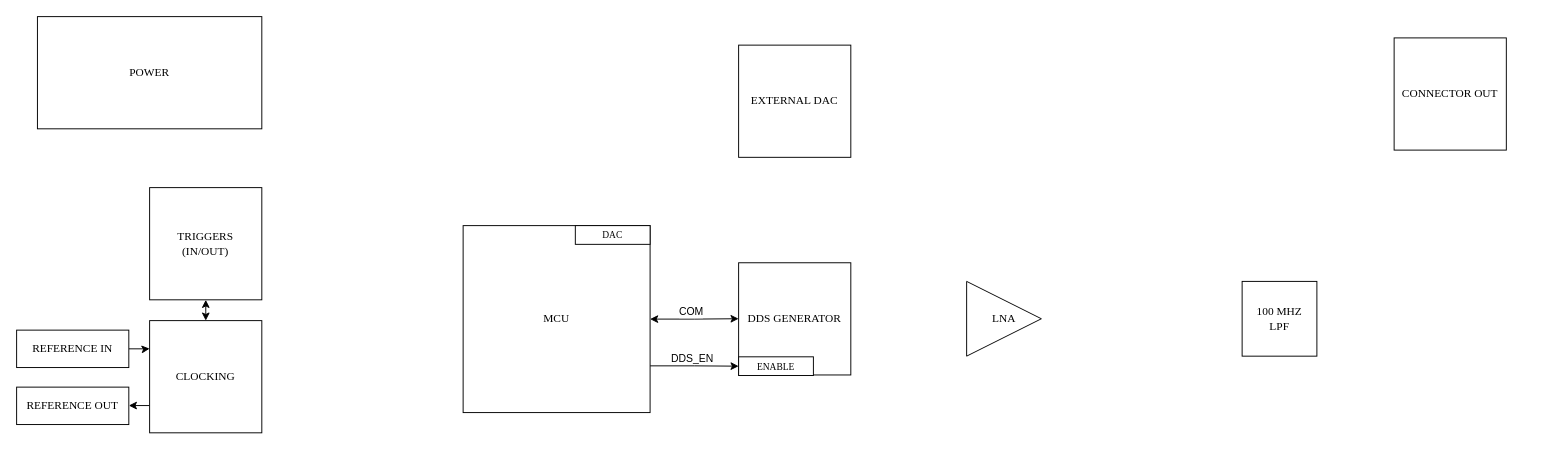
Earlier version of the draw.io diagram page "System" (1 of 5) of 1_hw/01_block_diagram/arb.drawio (brzyzek/arb). Source tidied: cells renumbered, new cells numbered last; positions are measured from the earlier drawing's top-left corner, leaving out a move shared by most shapes. Both pictures are drawn from the tidied source at 95%, with x=0, y=0 at pixel (16, 16).
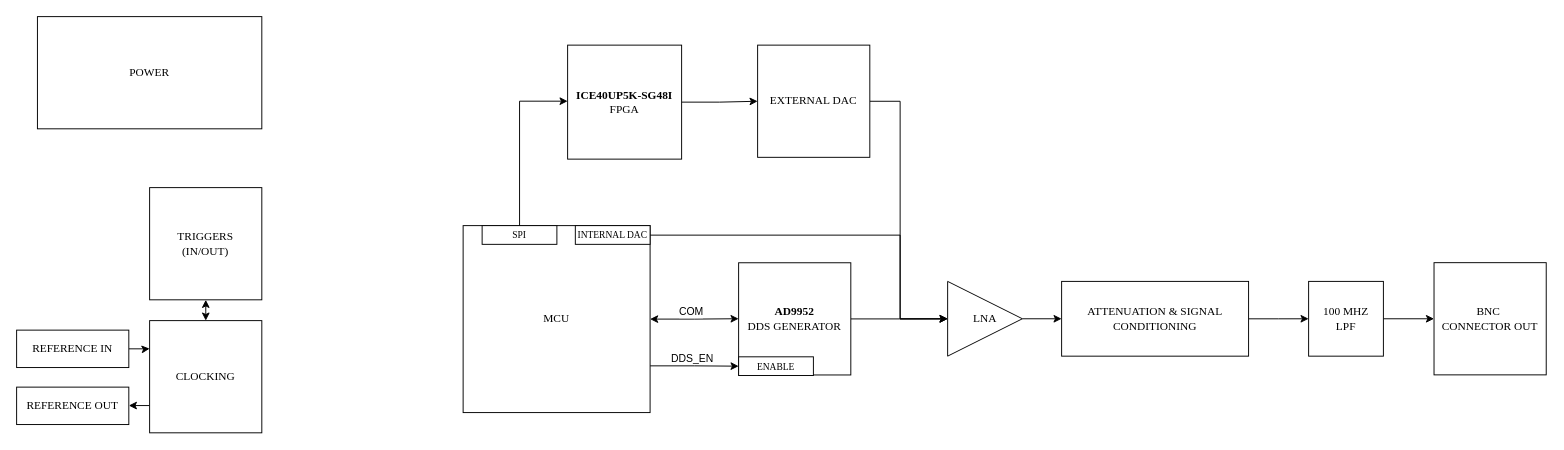
Above is the later version.

Commit message (it also covers changes not shown here):
FEAT: Modified Block Diagram /w new Layout (& FPGA), added BOM Template.

Unchanged cells that the change refers to:
```xml
<mxCell id="18" style="group;" parent="1" vertex="1">
  <mxGeometry x="470" y="220" width="196.8" height="196.9" as="geometry" />
</mxCell>
```

The edit, as a diff of the source:
```diff
@@
+    <mxCell id="24" style="edgeStyle=orthogonalEdgeStyle;rounded=0;jettySize=auto;html=1;entryX=0;entryY=0.5;entryDx=0;entryDy=0;" parent="1" edge="1" source="11" target="22">
+      <mxGeometry relative="1" as="geometry" />
+    </mxCell>
-    <mxCell id="11" value="DDS GENERATOR" style="rounded=0;whiteSpace=wrap;html=1;fontFamily=Times New Roman;glass=0;shadow=0;" parent="1" vertex="1">
+    <mxCell id="11" value="&lt;div&gt;&lt;b&gt;AD9952&lt;/b&gt;&lt;/div&gt;DDS GENERATOR" style="rounded=0;whiteSpace=wrap;html=1;fontFamily=Times New Roman;glass=0;shadow=0;" parent="1" vertex="1">
       <mxGeometry x="760" y="259.1" width="118.1" height="118.1" as="geometry" />
     </mxCell>
@@
-    <mxCell id="14" value="CONNECTOR OUT" style="rounded=0;whiteSpace=wrap;html=1;fontFamily=Times New Roman;glass=0;shadow=0;" parent="1" vertex="1">
-      <mxGeometry x="1450" y="22.4" width="118.1" height="118.1" as="geometry" />
+    <mxCell id="14" value="BNC&amp;nbsp;&lt;div&gt;CONNECTOR OUT&lt;/div&gt;" style="rounded=0;whiteSpace=wrap;html=1;fontFamily=Times New Roman;glass=0;shadow=0;" parent="1" vertex="1">
+      <mxGeometry x="1492" y="259" width="118.1" height="118.1" as="geometry" />
     </mxCell>
@@
-    <mxCell id="20" value="DAC" style="rounded=0;whiteSpace=wrap;html=1;fontFamily=Times New Roman;glass=0;shadow=0;fontSize=10;" parent="18" vertex="1">
+    <mxCell id="20" value="INTERNAL DAC" style="rounded=0;whiteSpace=wrap;html=1;fontFamily=Times New Roman;glass=0;shadow=0;fontSize=10;" parent="18" vertex="1">
       <mxGeometry x="118.1" width="78.7" height="19.7" as="geometry" />
     </mxCell>
+    <mxCell id="25" value="SPI" style="rounded=0;whiteSpace=wrap;html=1;fontFamily=Times New Roman;glass=0;shadow=0;fontSize=10;" parent="18" vertex="1">
+      <mxGeometry x="20" width="78.7" height="19.7" as="geometry" />
+    </mxCell>
+    <mxCell id="26" style="edgeStyle=orthogonalEdgeStyle;rounded=0;jettySize=auto;html=1;entryX=0;entryY=0.5;entryDx=0;entryDy=0;" parent="1" edge="1" source="21" target="22">
+      <mxGeometry relative="1" as="geometry">
+        <Array as="points">
+          <mxPoint x="930" y="89" />
+          <mxPoint x="930" y="318" />
+        </Array>
+      </mxGeometry>
+    </mxCell>
     <mxCell id="21" value="EXTERNAL DAC" style="rounded=0;whiteSpace=wrap;html=1;fontFamily=Times New Roman;glass=0;shadow=0;" parent="1" vertex="1">
-      <mxGeometry x="760" y="30" width="118.1" height="118.1" as="geometry" />
+      <mxGeometry x="780" y="30" width="118.1" height="118.1" as="geometry" />
     </mxCell>
+    <mxCell id="27" style="edgeStyle=orthogonalEdgeStyle;rounded=0;jettySize=auto;html=1;" parent="1" edge="1" source="22" target="30">
+      <mxGeometry relative="1" as="geometry" />
+    </mxCell>
     <mxCell id="22" value="LNA" style="triangle;whiteSpace=wrap;html=1;fontFamily=Times New Roman;align=center;" parent="1" vertex="1">
-      <mxGeometry x="1000" y="278.7" width="78.7" height="78.7" as="geometry" />
+      <mxGeometry x="980" y="278.7" width="78.7" height="78.7" as="geometry" />
     </mxCell>
+    <mxCell id="28" style="edgeStyle=orthogonalEdgeStyle;rounded=0;jettySize=auto;html=1;exitX=1;exitY=0.5;exitDx=0;exitDy=0;entryX=0;entryY=0.5;entryDx=0;entryDy=0;" parent="1" edge="1" source="23" target="14">
+      <mxGeometry relative="1" as="geometry" />
+    </mxCell>
     <mxCell id="23" value="100 MHZ&lt;div&gt;LPF&lt;/div&gt;" style="rounded=0;whiteSpace=wrap;html=1;fontFamily=Times New Roman;glass=0;shadow=0;" parent="1" vertex="1">
-      <mxGeometry x="1290" y="278.7" width="78.7" height="78.7" as="geometry" />
+      <mxGeometry x="1360" y="278.7" width="78.7" height="78.7" as="geometry" />
     </mxCell>
+    <mxCell id="29" style="edgeStyle=orthogonalEdgeStyle;rounded=0;jettySize=auto;html=1;entryX=0;entryY=0.5;entryDx=0;entryDy=0;" parent="1" edge="1" source="30" target="23">
+      <mxGeometry relative="1" as="geometry" />
+    </mxCell>
+    <mxCell id="30" value="ATTENUATION &amp;amp; SIGNAL CONDITIONING" style="rounded=0;whiteSpace=wrap;html=1;fontFamily=Times New Roman;glass=0;shadow=0;" parent="1" vertex="1">
+      <mxGeometry x="1100" y="278.7" width="196.8" height="78.7" as="geometry" />
+    </mxCell>
+    <mxCell id="31" style="edgeStyle=orthogonalEdgeStyle;rounded=0;orthogonalLoop=1;jettySize=auto;html=1;entryX=0;entryY=0.5;entryDx=0;entryDy=0;" parent="1" edge="1">
+      <mxGeometry relative="1" as="geometry">
+        <mxPoint x="666.9" y="230" as="sourcePoint" />
+        <mxPoint x="980" y="318.2" as="targetPoint" />
+        <Array as="points">
+          <mxPoint x="930" y="230.1" />
+          <mxPoint x="930" y="318.1" />
+        </Array>
+      </mxGeometry>
+    </mxCell>
+    <mxCell id="32" style="edgeStyle=orthogonalEdgeStyle;rounded=0;jettySize=auto;html=1;" parent="1" edge="1" source="25" target="34">
+      <mxGeometry relative="1" as="geometry">
+        <Array as="points">
+          <mxPoint x="529" y="89" />
+        </Array>
+      </mxGeometry>
+    </mxCell>
+    <mxCell id="33" style="edgeStyle=orthogonalEdgeStyle;rounded=0;jettySize=auto;html=1;fontFamily=Times New Roman;fontSize=12;fontColor=default;" parent="1" edge="1" source="34" target="21">
+      <mxGeometry relative="1" as="geometry" />
+    </mxCell>
+    <mxCell id="34" value="&lt;div&gt;&lt;b&gt;ICE40UP5K-SG48I&lt;/b&gt;&lt;br&gt;&lt;/div&gt;FPGA" style="rounded=0;whiteSpace=wrap;html=1;fontFamily=Times New Roman;glass=0;shadow=0;" parent="1" vertex="1">
+      <mxGeometry x="580" y="30" width="120" height="120" as="geometry" />
+    </mxCell>
```
